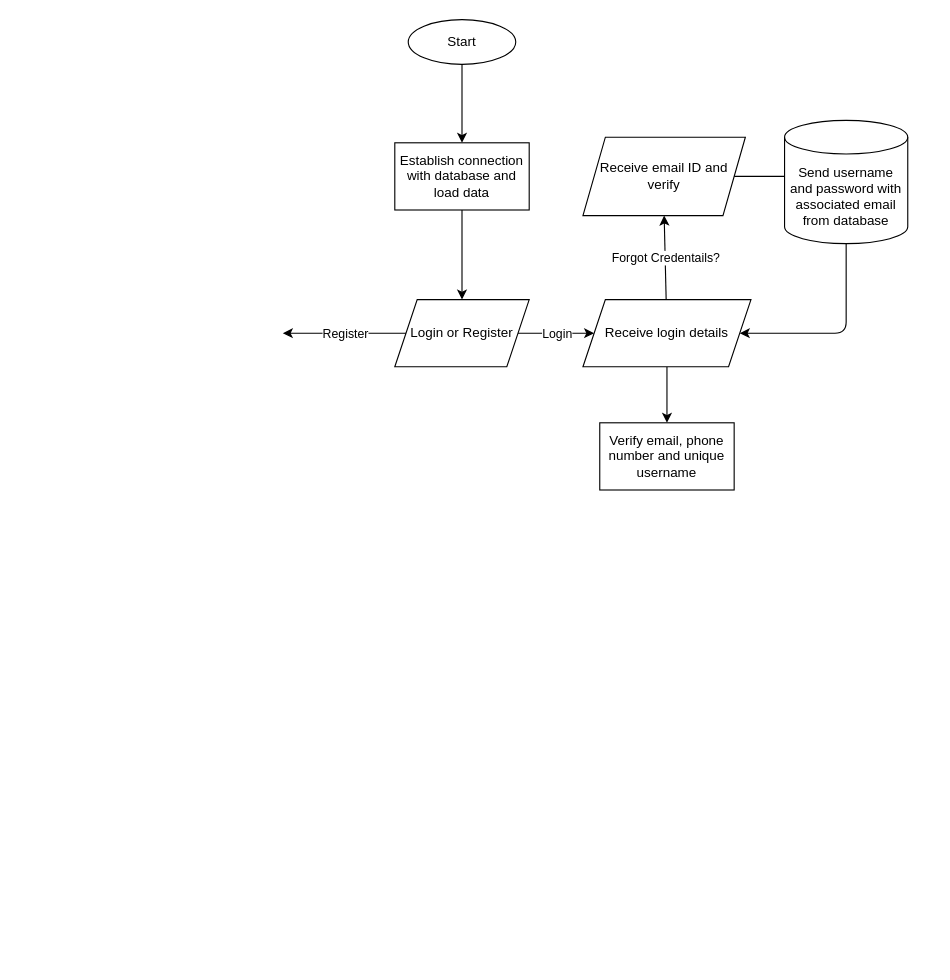
Before: Untitled Diagram.drawio in acmpesuecc/GrowPal, a draw.io diagram. Source tidied: cells renumbered, new cells numbered last; positions are measured from the earlier drawing's top-left corner, leaving out a move shared by most shapes. Both pictures are drawn from the tidied source at 112%, with x=0, y=0 at pixel (282, 19).
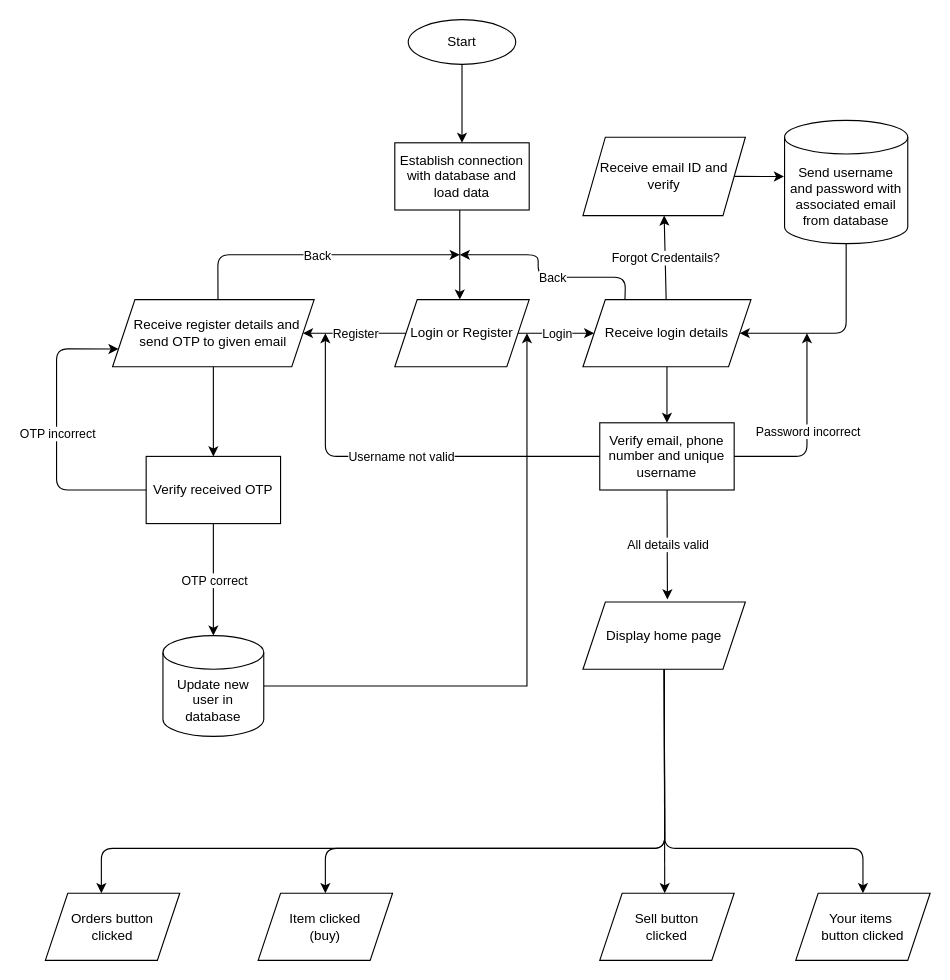
The same diagram, later.

Commit message:
Added flowchart till login

The change refers to these unchanged cells:
```xml
<mxCell id="3" value="Start" style="ellipse;whiteSpace=wrap;html=1;" parent="1" vertex="1">
  <mxGeometry x="112" width="96" height="40" as="geometry" />
</mxCell>
<mxCell id="5" value="Establish connection with database and load data" style="whiteSpace=wrap;html=1;" parent="1" vertex="1">
  <mxGeometry x="100" y="110" width="120" height="60" as="geometry" />
</mxCell>
<mxCell id="6" value="Login or Register" style="shape=parallelogram;perimeter=parallelogramPerimeter;whiteSpace=wrap;html=1;fixedSize=1;" parent="1" vertex="1">
  <mxGeometry x="100" y="250" width="120" height="60" as="geometry" />
</mxCell>
<mxCell id="8" value="Receive login details" style="shape=parallelogram;perimeter=parallelogramPerimeter;whiteSpace=wrap;html=1;fixedSize=1;" parent="1" vertex="1">
  <mxGeometry x="268" y="250" width="150" height="60" as="geometry" />
</mxCell>
<mxCell id="13" value="Receive email ID and verify" style="shape=parallelogram;perimeter=parallelogramPerimeter;whiteSpace=wrap;html=1;fixedSize=1;" parent="1" vertex="1">
  <mxGeometry x="268" y="105" width="145" height="70" as="geometry" />
</mxCell>
<mxCell id="15" value="Send username and password with associated email from database" style="shape=cylinder3;whiteSpace=wrap;html=1;boundedLbl=1;backgroundOutline=1;size=15;" parent="1" vertex="1">
  <mxGeometry x="448" y="90" width="110" height="110" as="geometry" />
</mxCell>
<mxCell id="17" value="Verify email, phone number and unique username" style="whiteSpace=wrap;html=1;" parent="1" vertex="1">
  <mxGeometry x="283" y="360" width="120" height="60" as="geometry" />
</mxCell>
```

Change to the diagram source:
```diff
@@
-    <mxCell id="2" style="edgeStyle=orthogonalEdgeStyle;rounded=0;jettySize=auto;html=1;" parent="1" edge="1" source="3" target="5">
+    <mxCell id="2" style="edgeStyle=orthogonalEdgeStyle;jettySize=auto;html=1;" parent="1" edge="1" source="3" target="5">
       <mxGeometry relative="1" as="geometry" />
     </mxCell>
@@
-    <mxCell id="4" style="edgeStyle=orthogonalEdgeStyle;rounded=0;jettySize=auto;html=1;" parent="1" edge="1" source="5" target="6">
-      <mxGeometry relative="1" as="geometry" />
+    <mxCell id="4" style="edgeStyle=orthogonalEdgeStyle;jettySize=auto;html=1;" parent="1" edge="1" source="5" target="6">
+      <mxGeometry relative="1" as="geometry">
+        <Array as="points">
+          <mxPoint x="158" y="210" />
+          <mxPoint x="158" y="210" />
+        </Array>
+      </mxGeometry>
     </mxCell>
@@
-    <mxCell id="7" style="edgeStyle=orthogonalEdgeStyle;rounded=0;jettySize=auto;html=1;" parent="1" edge="1" source="8" target="17">
+    <mxCell id="7" style="edgeStyle=orthogonalEdgeStyle;jettySize=auto;html=1;" parent="1" edge="1" source="8" target="17">
       <mxGeometry relative="1" as="geometry" />
     </mxCell>
@@
-    <mxCell id="14" style="endArrow=classic;html=1;" parent="1" edge="1" source="13">
-      <mxGeometry relative="1" as="geometry">
-        <mxPoint x="458" y="140" as="targetPoint" />
-      </mxGeometry>
+    <mxCell id="14" style="endArrow=classic;html=1;entryX=-0.005;entryY=0.455;entryDx=0;entryDy=0;entryPerimeter=0;" parent="1" edge="1" source="13" target="15">
+      <mxGeometry relative="1" as="geometry" />
     </mxCell>
@@
-    <mxCell id="18" style="endArrow=classic;html=1;" parent="1" edge="1" source="6">
-      <mxGeometry relative="1" as="geometry">
-        <mxPoint y="280" as="targetPoint" />
-      </mxGeometry>
+    <mxCell id="18" style="endArrow=classic;html=1;entryX=1;entryY=0.5;entryDx=0;entryDy=0;" parent="1" edge="1" source="6" target="21">
+      <mxGeometry relative="1" as="geometry" />
     </mxCell>
@@
+    <mxCell id="20" style="edgeStyle=orthogonalEdgeStyle;rounded=0;jettySize=auto;html=1;" parent="1" edge="1" source="21" target="22">
+      <mxGeometry relative="1" as="geometry" />
+    </mxCell>
+    <mxCell id="21" value="&amp;nbsp; Receive register details and send OTP to given email" style="shape=parallelogram;perimeter=parallelogramPerimeter;whiteSpace=wrap;html=1;fixedSize=1;" parent="1" vertex="1">
+      <mxGeometry x="-152" y="250" width="180" height="60" as="geometry" />
+    </mxCell>
+    <mxCell id="22" value="Verify received OTP" style="whiteSpace=wrap;html=1;" parent="1" vertex="1">
+      <mxGeometry x="-122" y="390" width="120" height="60" as="geometry" />
+    </mxCell>
+    <mxCell id="23" style="endArrow=classic;html=1;entryX=0;entryY=0.75;entryDx=0;entryDy=0;" parent="1" edge="1" source="22" target="21">
+      <mxGeometry relative="1" as="geometry">
+        <Array as="points">
+          <mxPoint x="-202" y="420" />
+          <mxPoint x="-202" y="294" />
+        </Array>
+      </mxGeometry>
+    </mxCell>
+    <mxCell id="24" value="OTP incorrect" style="edgeLabel;html=1;align=center;verticalAlign=middle;" parent="23" vertex="1">
+      <mxGeometry relative="1" as="geometry" />
+    </mxCell>
+    <mxCell id="25" style="endArrow=classic;html=1;entryX=0.5;entryY=0;entryDx=0;entryDy=0;entryPerimeter=0;" parent="1" edge="1" source="22" target="32">
+      <mxGeometry relative="1" as="geometry" />
+    </mxCell>
+    <mxCell id="26" value="OTP correct" style="edgeLabel;html=1;align=center;verticalAlign=middle;" parent="25" vertex="1">
+      <mxGeometry relative="1" as="geometry" />
+    </mxCell>
+    <mxCell id="27" style="endArrow=classic;html=1;exitX=0.523;exitY=-0.006;exitDx=0;exitDy=0;exitPerimeter=0;" parent="1" edge="1" source="21">
+      <mxGeometry relative="1" as="geometry">
+        <mxPoint x="158" y="210" as="targetPoint" />
+        <Array as="points">
+          <mxPoint x="-58" y="210" />
+        </Array>
+      </mxGeometry>
+    </mxCell>
+    <mxCell id="28" value="Back" style="edgeLabel;html=1;align=center;verticalAlign=middle;" parent="27" vertex="1">
+      <mxGeometry relative="1" as="geometry" />
+    </mxCell>
+    <mxCell id="29" style="endArrow=classic;html=1;exitX=0.25;exitY=0;exitDx=0;exitDy=0;" parent="1" edge="1" source="8">
+      <mxGeometry relative="1" as="geometry">
+        <mxPoint x="158" y="210" as="targetPoint" />
+        <Array as="points">
+          <mxPoint x="306" y="230" />
+          <mxPoint x="228" y="230" />
+          <mxPoint x="228" y="210" />
+        </Array>
+      </mxGeometry>
+    </mxCell>
+    <mxCell id="30" value="Back" style="edgeLabel;html=1;align=center;verticalAlign=middle;" parent="29" vertex="1">
+      <mxGeometry x="-0.09" relative="1" as="geometry" />
+    </mxCell>
+    <mxCell id="31" style="edgeStyle=orthogonalEdgeStyle;rounded=0;jettySize=auto;html=1;" parent="1" edge="1" source="32">
+      <mxGeometry relative="1" as="geometry">
+        <mxPoint x="218" y="280" as="targetPoint" />
+        <Array as="points">
+          <mxPoint x="218" y="595" />
+        </Array>
+      </mxGeometry>
+    </mxCell>
+    <mxCell id="32" value="Update new user in database" style="shape=cylinder3;whiteSpace=wrap;html=1;boundedLbl=1;backgroundOutline=1;size=15;" parent="1" vertex="1">
+      <mxGeometry x="-107" y="550" width="90" height="90" as="geometry" />
+    </mxCell>
+    <mxCell id="33" style="endArrow=classic;html=1;" parent="1" edge="1" source="17">
+      <mxGeometry relative="1" as="geometry">
+        <mxPoint x="38" y="280" as="targetPoint" />
+        <Array as="points">
+          <mxPoint x="38" y="390" />
+        </Array>
+      </mxGeometry>
+    </mxCell>
+    <mxCell id="34" value="Username not valid" style="edgeLabel;html=1;align=center;verticalAlign=middle;" parent="33" vertex="1">
+      <mxGeometry relative="1" as="geometry" />
+    </mxCell>
+    <mxCell id="35" style="endArrow=classic;html=1;" parent="1" edge="1" source="17">
+      <mxGeometry relative="1" as="geometry">
+        <mxPoint x="468" y="280" as="targetPoint" />
+        <Array as="points">
+          <mxPoint x="468" y="390" />
+        </Array>
+      </mxGeometry>
+    </mxCell>
+    <mxCell id="36" value="Password incorrect" style="edgeLabel;html=1;align=center;verticalAlign=middle;" parent="35" vertex="1">
+      <mxGeometry relative="1" as="geometry" />
+    </mxCell>
+    <mxCell id="37" style="endArrow=classic;html=1;entryX=0.52;entryY=-0.038;entryDx=0;entryDy=0;entryPerimeter=0;" parent="1" edge="1" source="17" target="39">
+      <mxGeometry relative="1" as="geometry" />
+    </mxCell>
+    <mxCell id="38" value="All details valid" style="edgeLabel;html=1;align=center;verticalAlign=middle;" parent="37" vertex="1">
+      <mxGeometry relative="1" as="geometry" />
+    </mxCell>
+    <mxCell id="39" value="Display home page" style="shape=parallelogram;perimeter=parallelogramPerimeter;whiteSpace=wrap;html=1;fixedSize=1;" parent="1" vertex="1">
+      <mxGeometry x="268" y="520" width="145" height="60" as="geometry" />
+    </mxCell>
+    <mxCell id="40" style="endArrow=classic;html=1;" parent="1" edge="1" source="39">
+      <mxGeometry relative="1" as="geometry">
+        <mxPoint x="-162" y="780" as="targetPoint" />
+        <Array as="points">
+          <mxPoint x="341" y="740" />
+          <mxPoint x="-162" y="740" />
+          <mxPoint x="-162" y="760" />
+        </Array>
+      </mxGeometry>
+    </mxCell>
+    <mxCell id="41" style="endArrow=classic;html=1;entryX=0.5;entryY=0;entryDx=0;entryDy=0;" parent="1" edge="1" source="39" target="44">
+      <mxGeometry relative="1" as="geometry">
+        <Array as="points">
+          <mxPoint x="341" y="740" />
+          <mxPoint x="38" y="740" />
+        </Array>
+      </mxGeometry>
+    </mxCell>
+    <mxCell id="42" style="endArrow=classic;html=1;" parent="1" edge="1" source="39">
+      <mxGeometry relative="1" as="geometry">
+        <mxPoint x="341" y="780" as="targetPoint" />
+      </mxGeometry>
+    </mxCell>
+    <mxCell id="43" style="endArrow=classic;html=1;entryX=0.5;entryY=0;entryDx=0;entryDy=0;" parent="1" edge="1" source="39" target="47">
+      <mxGeometry relative="1" as="geometry">
+        <Array as="points">
+          <mxPoint x="341" y="740" />
+          <mxPoint x="518" y="740" />
+          <mxPoint x="518" y="760" />
+        </Array>
+      </mxGeometry>
+    </mxCell>
+    <mxCell id="44" value="Item clicked &lt;br&gt;(buy)" style="shape=parallelogram;perimeter=parallelogramPerimeter;whiteSpace=wrap;html=1;fixedSize=1;" parent="1" vertex="1">
+      <mxGeometry x="-22" y="780" width="120" height="60" as="geometry" />
+    </mxCell>
+    <mxCell id="45" value="Orders button &lt;br&gt;clicked" style="shape=parallelogram;perimeter=parallelogramPerimeter;whiteSpace=wrap;html=1;fixedSize=1;" parent="1" vertex="1">
+      <mxGeometry x="-212" y="780" width="120" height="60" as="geometry" />
+    </mxCell>
+    <mxCell id="46" value="Sell button&lt;br&gt;clicked" style="shape=parallelogram;perimeter=parallelogramPerimeter;whiteSpace=wrap;html=1;fixedSize=1;" parent="1" vertex="1">
+      <mxGeometry x="283" y="780" width="120" height="60" as="geometry" />
+    </mxCell>
+    <mxCell id="47" value="Your items&amp;nbsp;&lt;br&gt;button clicked" style="shape=parallelogram;perimeter=parallelogramPerimeter;whiteSpace=wrap;html=1;fixedSize=1;" parent="1" vertex="1">
+      <mxGeometry x="458" y="780" width="120" height="60" as="geometry" />
+    </mxCell>
```
